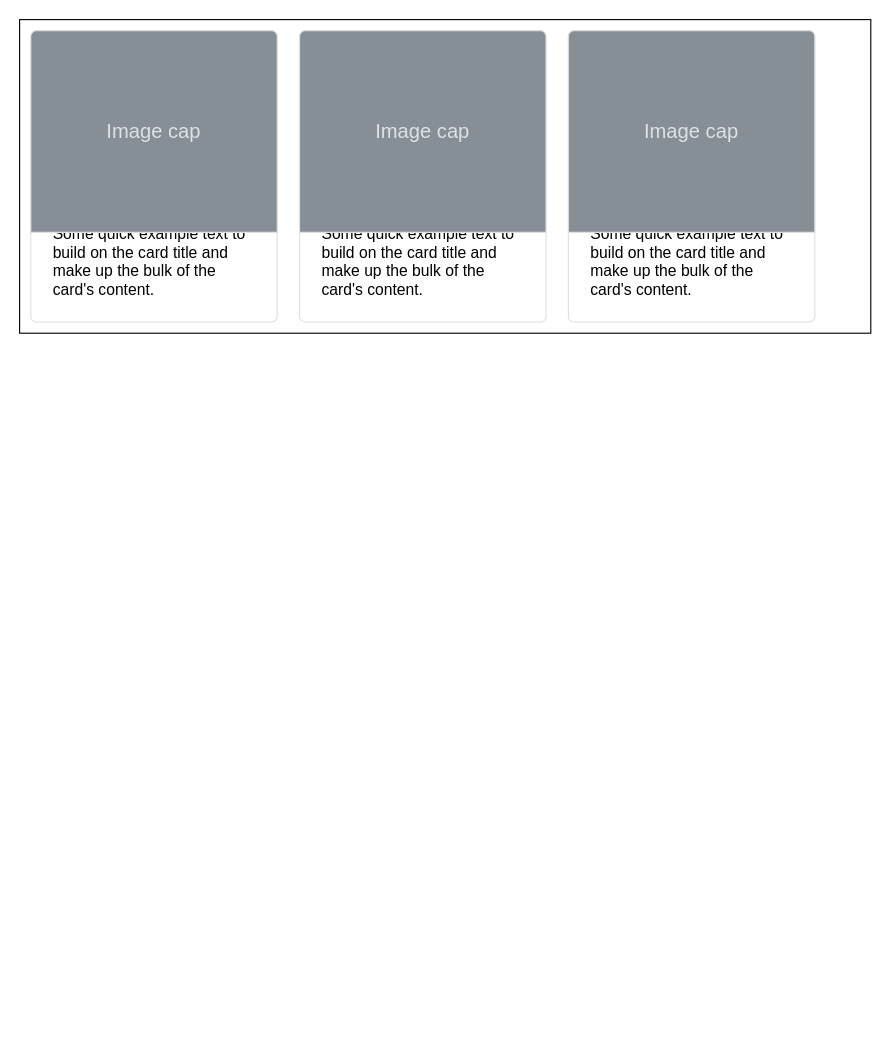
gmanfrini/bookonline keeps this draw.io diagram as Untitled Diagram.drawio. Above is the earlier version. Source tidied: cells renumbered, new cells numbered last; positions are measured from the earlier drawing's top-left corner, leaving out a move shared by most shapes. Both pictures are drawn from the tidied source at 112%, with x=0, y=0 at pixel (19, 19).
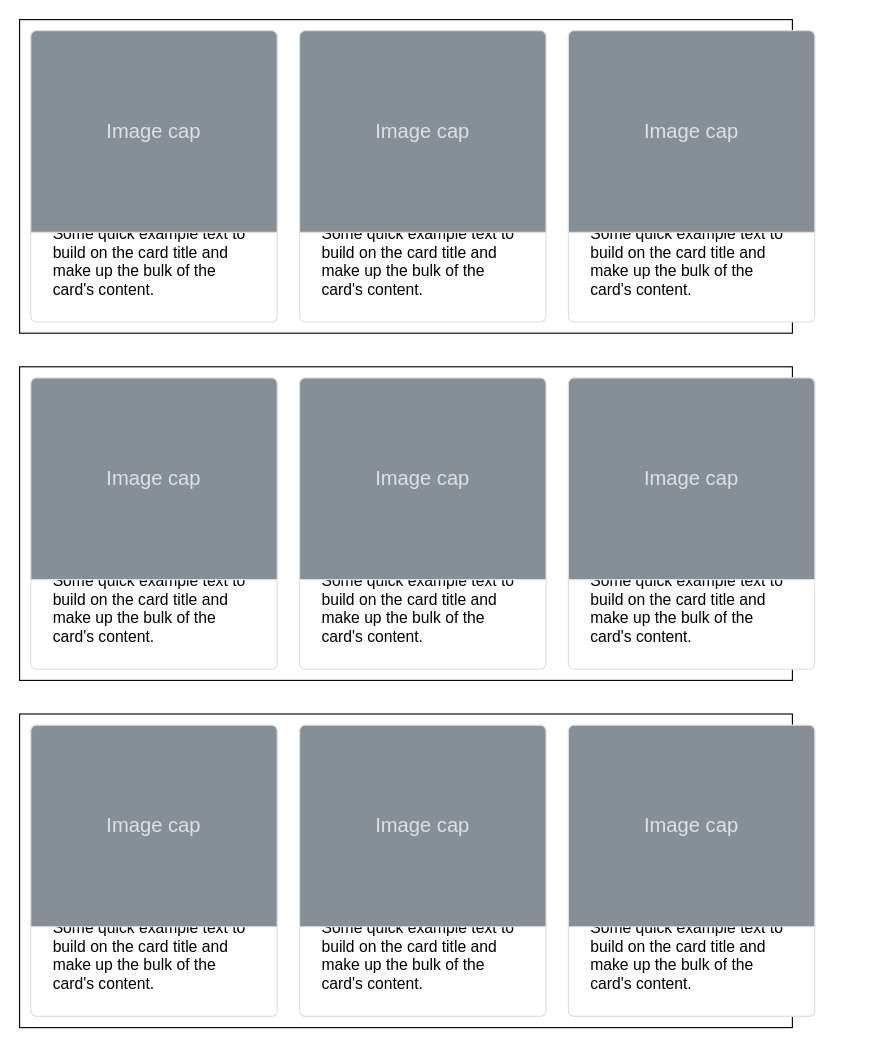
The same page after the edit.

Diff of the diagram source:
```diff
@@
+    <mxCell id="9" style="group;" parent="1" vertex="1">
+      <mxGeometry width="710" height="280" as="geometry" />
+    </mxCell>
-    <mxCell id="2" style="rounded=0;whiteSpace=wrap;html=1;" parent="1" vertex="1">
-      <mxGeometry width="760" height="280" as="geometry" />
+    <mxCell id="2" style="rounded=0;whiteSpace=wrap;html=1;" parent="9" vertex="1">
+      <mxGeometry width="690" height="280" as="geometry" />
     </mxCell>
-    <mxCell id="3" value="Some quick example text to build on the card title and make up the bulk of the card's content." style="html=1;shadow=0;dashed=0;shape=mxgraph.bootstrap.rrect;rSize=5;strokeColor=#DFDFDF;html=1;whiteSpace=wrap;fillColor=#ffffff;fontColor=#000000;verticalAlign=bottom;align=left;spacing=20;fontSize=14;" parent="1" vertex="1">
+    <mxCell id="3" value="Some quick example text to build on the card title and make up the bulk of the card's content." style="html=1;shadow=0;dashed=0;shape=mxgraph.bootstrap.rrect;rSize=5;strokeColor=#DFDFDF;html=1;whiteSpace=wrap;fillColor=#ffffff;fontColor=#000000;verticalAlign=bottom;align=left;spacing=20;fontSize=14;" parent="9" vertex="1">
       <mxGeometry x="10" y="10" width="220" height="260" as="geometry" />
     </mxCell>
@@
-    <mxCell id="5" value="Some quick example text to build on the card title and make up the bulk of the card's content." style="html=1;shadow=0;dashed=0;shape=mxgraph.bootstrap.rrect;rSize=5;strokeColor=#DFDFDF;html=1;whiteSpace=wrap;fillColor=#ffffff;fontColor=#000000;verticalAlign=bottom;align=left;spacing=20;fontSize=14;" parent="1" vertex="1">
+    <mxCell id="5" value="Some quick example text to build on the card title and make up the bulk of the card's content." style="html=1;shadow=0;dashed=0;shape=mxgraph.bootstrap.rrect;rSize=5;strokeColor=#DFDFDF;html=1;whiteSpace=wrap;fillColor=#ffffff;fontColor=#000000;verticalAlign=bottom;align=left;spacing=20;fontSize=14;" parent="9" vertex="1">
       <mxGeometry x="250" y="10" width="220" height="260" as="geometry" />
     </mxCell>
@@
-    <mxCell id="7" value="Some quick example text to build on the card title and make up the bulk of the card's content." style="html=1;shadow=0;dashed=0;shape=mxgraph.bootstrap.rrect;rSize=5;strokeColor=#DFDFDF;html=1;whiteSpace=wrap;fillColor=#ffffff;fontColor=#000000;verticalAlign=bottom;align=left;spacing=20;fontSize=14;" parent="1" vertex="1">
+    <mxCell id="7" value="Some quick example text to build on the card title and make up the bulk of the card's content." style="html=1;shadow=0;dashed=0;shape=mxgraph.bootstrap.rrect;rSize=5;strokeColor=#DFDFDF;html=1;whiteSpace=wrap;fillColor=#ffffff;fontColor=#000000;verticalAlign=bottom;align=left;spacing=20;fontSize=14;" parent="9" vertex="1">
       <mxGeometry x="490" y="10" width="220" height="260" as="geometry" />
     </mxCell>
@@
+    <mxCell id="10" style="group;" parent="1" vertex="1">
+      <mxGeometry y="310" width="710" height="280" as="geometry" />
+    </mxCell>
+    <mxCell id="11" style="rounded=0;whiteSpace=wrap;html=1;" parent="10" vertex="1">
+      <mxGeometry width="690" height="280" as="geometry" />
+    </mxCell>
+    <mxCell id="12" value="Some quick example text to build on the card title and make up the bulk of the card's content." style="html=1;shadow=0;dashed=0;shape=mxgraph.bootstrap.rrect;rSize=5;strokeColor=#DFDFDF;html=1;whiteSpace=wrap;fillColor=#ffffff;fontColor=#000000;verticalAlign=bottom;align=left;spacing=20;fontSize=14;" parent="10" vertex="1">
+      <mxGeometry x="10" y="10" width="220" height="260" as="geometry" />
+    </mxCell>
+    <mxCell id="13" value="Image cap" style="html=1;shadow=0;dashed=0;shape=mxgraph.bootstrap.topButton;rSize=5;perimeter=none;whiteSpace=wrap;fillColor=#868E96;strokeColor=#DFDFDF;fontColor=#DEE2E6;fontSize=18;" parent="12" vertex="1">
+      <mxGeometry width="220" height="180" relative="1" as="geometry" />
+    </mxCell>
+    <mxCell id="14" value="Some quick example text to build on the card title and make up the bulk of the card's content." style="html=1;shadow=0;dashed=0;shape=mxgraph.bootstrap.rrect;rSize=5;strokeColor=#DFDFDF;html=1;whiteSpace=wrap;fillColor=#ffffff;fontColor=#000000;verticalAlign=bottom;align=left;spacing=20;fontSize=14;" parent="10" vertex="1">
+      <mxGeometry x="250" y="10" width="220" height="260" as="geometry" />
+    </mxCell>
+    <mxCell id="15" value="Image cap" style="html=1;shadow=0;dashed=0;shape=mxgraph.bootstrap.topButton;rSize=5;perimeter=none;whiteSpace=wrap;fillColor=#868E96;strokeColor=#DFDFDF;fontColor=#DEE2E6;fontSize=18;" parent="14" vertex="1">
+      <mxGeometry width="220" height="180" relative="1" as="geometry" />
+    </mxCell>
+    <mxCell id="16" value="Some quick example text to build on the card title and make up the bulk of the card's content." style="html=1;shadow=0;dashed=0;shape=mxgraph.bootstrap.rrect;rSize=5;strokeColor=#DFDFDF;html=1;whiteSpace=wrap;fillColor=#ffffff;fontColor=#000000;verticalAlign=bottom;align=left;spacing=20;fontSize=14;" parent="10" vertex="1">
+      <mxGeometry x="490" y="10" width="220" height="260" as="geometry" />
+    </mxCell>
+    <mxCell id="17" value="Image cap" style="html=1;shadow=0;dashed=0;shape=mxgraph.bootstrap.topButton;rSize=5;perimeter=none;whiteSpace=wrap;fillColor=#868E96;strokeColor=#DFDFDF;fontColor=#DEE2E6;fontSize=18;" parent="16" vertex="1">
+      <mxGeometry width="220" height="180" relative="1" as="geometry" />
+    </mxCell>
+    <mxCell id="18" style="group;" parent="1" vertex="1">
+      <mxGeometry y="620" width="710" height="280" as="geometry" />
+    </mxCell>
+    <mxCell id="19" style="rounded=0;whiteSpace=wrap;html=1;" parent="18" vertex="1">
+      <mxGeometry width="690" height="280" as="geometry" />
+    </mxCell>
+    <mxCell id="20" value="Some quick example text to build on the card title and make up the bulk of the card's content." style="html=1;shadow=0;dashed=0;shape=mxgraph.bootstrap.rrect;rSize=5;strokeColor=#DFDFDF;html=1;whiteSpace=wrap;fillColor=#ffffff;fontColor=#000000;verticalAlign=bottom;align=left;spacing=20;fontSize=14;" parent="18" vertex="1">
+      <mxGeometry x="10" y="10" width="220" height="260" as="geometry" />
+    </mxCell>
+    <mxCell id="21" value="Image cap" style="html=1;shadow=0;dashed=0;shape=mxgraph.bootstrap.topButton;rSize=5;perimeter=none;whiteSpace=wrap;fillColor=#868E96;strokeColor=#DFDFDF;fontColor=#DEE2E6;fontSize=18;" parent="20" vertex="1">
+      <mxGeometry width="220" height="180" relative="1" as="geometry" />
+    </mxCell>
+    <mxCell id="22" value="Some quick example text to build on the card title and make up the bulk of the card's content." style="html=1;shadow=0;dashed=0;shape=mxgraph.bootstrap.rrect;rSize=5;strokeColor=#DFDFDF;html=1;whiteSpace=wrap;fillColor=#ffffff;fontColor=#000000;verticalAlign=bottom;align=left;spacing=20;fontSize=14;" parent="18" vertex="1">
+      <mxGeometry x="250" y="10" width="220" height="260" as="geometry" />
+    </mxCell>
+    <mxCell id="23" value="Image cap" style="html=1;shadow=0;dashed=0;shape=mxgraph.bootstrap.topButton;rSize=5;perimeter=none;whiteSpace=wrap;fillColor=#868E96;strokeColor=#DFDFDF;fontColor=#DEE2E6;fontSize=18;" parent="22" vertex="1">
+      <mxGeometry width="220" height="180" relative="1" as="geometry" />
+    </mxCell>
+    <mxCell id="24" value="Some quick example text to build on the card title and make up the bulk of the card's content." style="html=1;shadow=0;dashed=0;shape=mxgraph.bootstrap.rrect;rSize=5;strokeColor=#DFDFDF;html=1;whiteSpace=wrap;fillColor=#ffffff;fontColor=#000000;verticalAlign=bottom;align=left;spacing=20;fontSize=14;" parent="18" vertex="1">
+      <mxGeometry x="490" y="10" width="220" height="260" as="geometry" />
+    </mxCell>
+    <mxCell id="25" value="Image cap" style="html=1;shadow=0;dashed=0;shape=mxgraph.bootstrap.topButton;rSize=5;perimeter=none;whiteSpace=wrap;fillColor=#868E96;strokeColor=#DFDFDF;fontColor=#DEE2E6;fontSize=18;" parent="24" vertex="1">
+      <mxGeometry width="220" height="180" relative="1" as="geometry" />
+    </mxCell>
```
